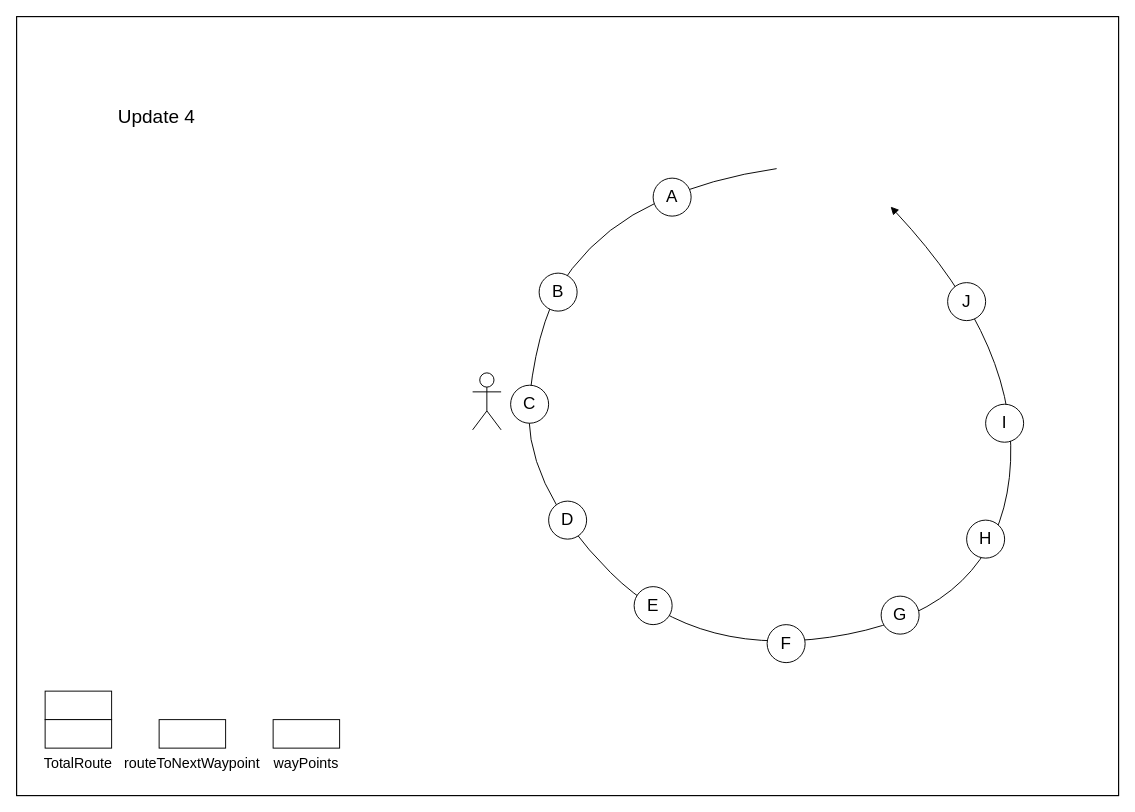
The draw.io diagram page "Page-1" (1 of 2) of FollowRoute.drawio in YannieCheung/ArchitectureDiagram, before the edit. Source tidied: cells renumbered, new cells numbered last; positions are measured from the earlier drawing's top-left corner, leaving out a move shared by most shapes. Both pictures are drawn from the tidied source at 95%, with x=0, y=0 at pixel (16, 16).
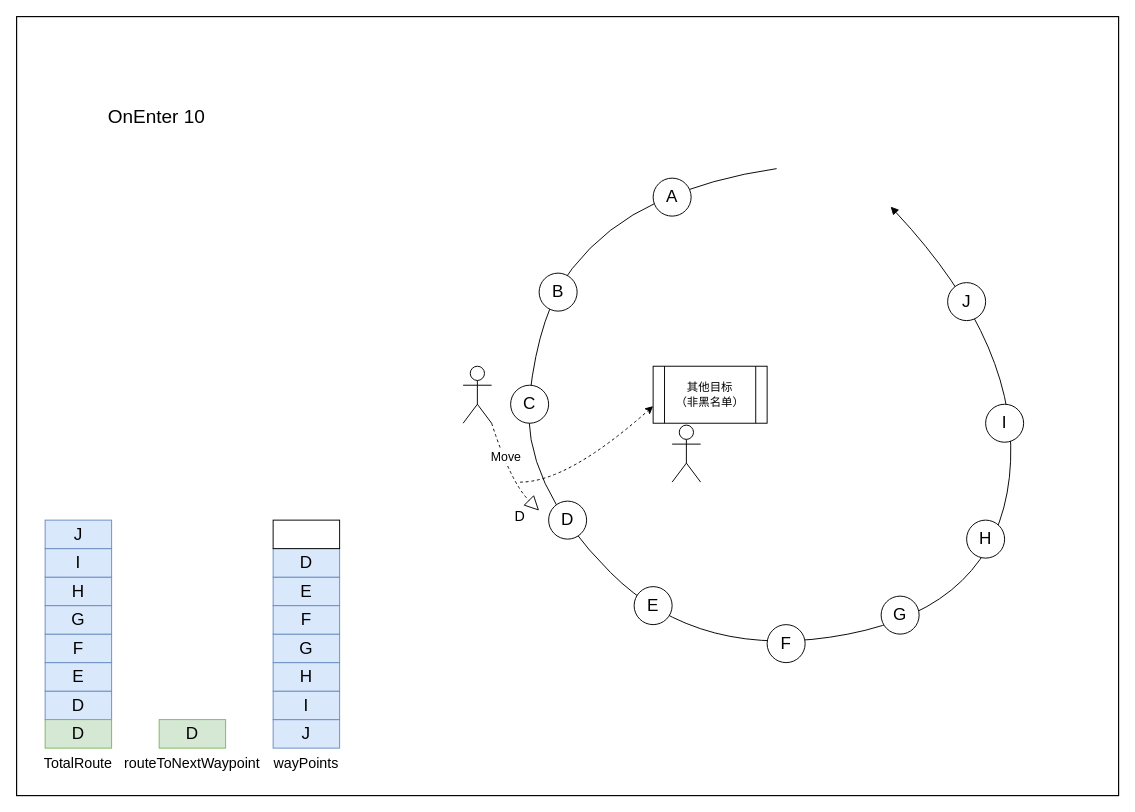
The same page after the edit.

The edit, as a diff of the source:
```diff
@@
-    <mxCell id="3" parent="0" />
+    <mxCell id="25" parent="0" />
-    <mxCell id="4" style="rounded=0;whiteSpace=wrap;html=1;fillColor=none;" parent="3" vertex="1">
+    <mxCell id="4" style="rounded=0;whiteSpace=wrap;html=1;fillColor=none;" parent="25" vertex="1">
       <mxGeometry width="1160" height="820" as="geometry" />
     </mxCell>
-    <mxCell id="5" style="curved=1;endArrow=none;html=1;rounded=0;startArrow=block;startFill=1;endFill=0;" parent="3" edge="1">
-      <mxGeometry relative="1" as="geometry">
-        <mxPoint x="920" y="200" as="sourcePoint" />
-        <mxPoint x="800" y="160" as="targetPoint" />
-        <Array as="points">
-          <mxPoint x="1060" y="350" />
-          <mxPoint x="1030" y="620" />
-          <mxPoint x="720" y="680" />
-          <mxPoint x="530" y="490" />
-          <mxPoint x="550" y="310" />
-          <mxPoint x="620" y="220" />
-          <mxPoint x="730" y="170" />
-        </Array>
-      </mxGeometry>
-    </mxCell>
+    <mxCell id="26" style="curved=1;endArrow=none;html=1;rounded=0;startArrow=block;startFill=1;endFill=0;" parent="25" edge="1">
+      <mxGeometry relative="1" as="geometry">
+        <mxPoint x="920" y="200" as="sourcePoint" />
+        <mxPoint x="800" y="160" as="targetPoint" />
+        <Array as="points">
+          <mxPoint x="1060" y="350" />
+          <mxPoint x="1030" y="620" />
+          <mxPoint x="720" y="680" />
+          <mxPoint x="530" y="490" />
+          <mxPoint x="550" y="310" />
+          <mxPoint x="620" y="220" />
+          <mxPoint x="730" y="170" />
+        </Array>
+      </mxGeometry>
+    </mxCell>
-    <mxCell id="6" value="A" style="ellipse;whiteSpace=wrap;html=1;fontSize=18;" parent="3" vertex="1">
+    <mxCell id="6" value="A" style="ellipse;whiteSpace=wrap;html=1;fontSize=18;" parent="25" vertex="1">
       <mxGeometry x="670" y="170" width="40" height="40" as="geometry" />
     </mxCell>
-    <mxCell id="7" value="B" style="ellipse;whiteSpace=wrap;html=1;fontSize=18;" parent="3" vertex="1">
+    <mxCell id="7" value="B" style="ellipse;whiteSpace=wrap;html=1;fontSize=18;" parent="25" vertex="1">
       <mxGeometry x="550" y="270" width="40" height="40" as="geometry" />
     </mxCell>
-    <mxCell id="8" value="C" style="ellipse;whiteSpace=wrap;html=1;fontSize=18;" parent="3" vertex="1">
+    <mxCell id="8" value="C" style="ellipse;whiteSpace=wrap;html=1;fontSize=18;" parent="25" vertex="1">
       <mxGeometry x="520" y="388" width="40" height="40" as="geometry" />
     </mxCell>
-    <mxCell id="9" value="D" style="ellipse;whiteSpace=wrap;html=1;fontSize=18;" parent="3" vertex="1">
+    <mxCell id="9" value="D" style="ellipse;whiteSpace=wrap;html=1;fontSize=18;" parent="25" vertex="1">
       <mxGeometry x="560" y="510" width="40" height="40" as="geometry" />
     </mxCell>
-    <mxCell id="10" value="E" style="ellipse;whiteSpace=wrap;html=1;fontSize=18;" parent="3" vertex="1">
+    <mxCell id="10" value="E" style="ellipse;whiteSpace=wrap;html=1;fontSize=18;" parent="25" vertex="1">
       <mxGeometry x="650" y="600" width="40" height="40" as="geometry" />
     </mxCell>
-    <mxCell id="11" value="F" style="ellipse;whiteSpace=wrap;html=1;fontSize=18;" parent="3" vertex="1">
+    <mxCell id="11" value="F" style="ellipse;whiteSpace=wrap;html=1;fontSize=18;" parent="25" vertex="1">
       <mxGeometry x="790" y="640" width="40" height="40" as="geometry" />
     </mxCell>
-    <mxCell id="12" value="G" style="ellipse;whiteSpace=wrap;html=1;fontSize=18;" parent="3" vertex="1">
+    <mxCell id="12" value="G" style="ellipse;whiteSpace=wrap;html=1;fontSize=18;" parent="25" vertex="1">
       <mxGeometry x="910" y="610" width="40" height="40" as="geometry" />
     </mxCell>
-    <mxCell id="13" value="H" style="ellipse;whiteSpace=wrap;html=1;fontSize=18;" parent="3" vertex="1">
+    <mxCell id="13" value="H" style="ellipse;whiteSpace=wrap;html=1;fontSize=18;" parent="25" vertex="1">
       <mxGeometry x="1000" y="530" width="40" height="40" as="geometry" />
     </mxCell>
-    <mxCell id="14" value="&lt;span style=&quot;font-size: 18px;&quot;&gt;I&lt;/span&gt;" style="ellipse;whiteSpace=wrap;html=1;fontSize=18;" parent="3" vertex="1">
+    <mxCell id="14" value="&lt;span style=&quot;font-size: 18px;&quot;&gt;I&lt;/span&gt;" style="ellipse;whiteSpace=wrap;html=1;fontSize=18;" parent="25" vertex="1">
       <mxGeometry x="1020" y="408" width="40" height="40" as="geometry" />
     </mxCell>
-    <mxCell id="15" value="J" style="ellipse;whiteSpace=wrap;html=1;fontSize=18;" parent="3" vertex="1">
+    <mxCell id="15" value="J" style="ellipse;whiteSpace=wrap;html=1;fontSize=18;" parent="25" vertex="1">
       <mxGeometry x="980" y="280" width="40" height="40" as="geometry" />
     </mxCell>
-    <mxCell id="16" style="shape=umlActor;verticalLabelPosition=bottom;verticalAlign=middle;html=1;horizontal=1;spacingTop=-5;fontSize=15;" parent="3" vertex="1">
-      <mxGeometry x="480" y="375" width="30" height="60" as="geometry" />
-    </mxCell>
-    <mxCell id="17" style="rounded=0;whiteSpace=wrap;html=1;fontSize=15;" parent="3" vertex="1">
-      <mxGeometry x="150" y="740" width="70" height="30" as="geometry" />
-    </mxCell>
-    <mxCell id="18" style="rounded=0;whiteSpace=wrap;html=1;fontSize=18;" parent="3" vertex="1">
-      <mxGeometry x="270" y="740" width="70" height="30" as="geometry" />
-    </mxCell>
+    <mxCell id="27" style="shape=umlActor;verticalLabelPosition=bottom;verticalAlign=middle;html=1;outlineConnect=0;horizontal=1;spacingTop=-5;fontSize=15;" parent="25" vertex="1">
+      <mxGeometry x="470" y="368" width="30" height="60" as="geometry" />
+    </mxCell>
+    <mxCell id="28" value="&lt;span style=&quot;font-size: 18px;&quot;&gt;D&lt;/span&gt;" style="rounded=0;whiteSpace=wrap;html=1;fontSize=15;fillColor=#d5e8d4;strokeColor=#82b366;" parent="25" vertex="1">
+      <mxGeometry x="150" y="740" width="70" height="30" as="geometry" />
+    </mxCell>
+    <mxCell id="29" value="J" style="rounded=0;whiteSpace=wrap;html=1;fontSize=18;fillColor=#dae8fc;strokeColor=#6c8ebf;" parent="25" vertex="1">
+      <mxGeometry x="270" y="740" width="70" height="30" as="geometry" />
+    </mxCell>
-    <mxCell id="19" value="wayPoints" style="text;html=1;align=center;verticalAlign=middle;whiteSpace=wrap;rounded=0;fontSize=15;" parent="3" vertex="1">
+    <mxCell id="19" value="wayPoints" style="text;html=1;align=center;verticalAlign=middle;whiteSpace=wrap;rounded=0;fontSize=15;" parent="25" vertex="1">
       <mxGeometry x="275" y="770" width="60" height="30" as="geometry" />
     </mxCell>
-    <mxCell id="20" value="routeToNextWaypoint" style="text;html=1;align=center;verticalAlign=middle;whiteSpace=wrap;rounded=0;fontSize=15;" parent="3" vertex="1">
+    <mxCell id="20" value="routeToNextWaypoint" style="text;html=1;align=center;verticalAlign=middle;whiteSpace=wrap;rounded=0;fontSize=15;" parent="25" vertex="1">
       <mxGeometry x="155" y="770" width="60" height="30" as="geometry" />
     </mxCell>
-    <mxCell id="21" value="TotalRoute" style="text;html=1;align=center;verticalAlign=middle;whiteSpace=wrap;rounded=0;fontSize=15;" parent="3" vertex="1">
+    <mxCell id="21" value="TotalRoute" style="text;html=1;align=center;verticalAlign=middle;whiteSpace=wrap;rounded=0;fontSize=15;" parent="25" vertex="1">
       <mxGeometry x="35" y="770" width="60" height="30" as="geometry" />
     </mxCell>
-    <mxCell id="22" value="Update 4" style="text;html=1;align=center;verticalAlign=middle;whiteSpace=wrap;rounded=0;fontSize=20;" parent="3" vertex="1">
-      <mxGeometry x="95" y="90" width="105" height="30" as="geometry" />
-    </mxCell>
-    <mxCell id="23" style="rounded=0;whiteSpace=wrap;html=1;fontSize=18;" parent="3" vertex="1">
-      <mxGeometry x="30" y="710" width="70" height="30" as="geometry" />
-    </mxCell>
-    <mxCell id="24" style="rounded=0;whiteSpace=wrap;html=1;fontSize=15;" parent="3" vertex="1">
-      <mxGeometry x="30" y="740" width="70" height="30" as="geometry" />
-    </mxCell>
+    <mxCell id="30" value="OnEnter 10" style="text;html=1;align=center;verticalAlign=middle;whiteSpace=wrap;rounded=0;fontSize=20;" parent="25" vertex="1">
+      <mxGeometry x="95" y="90" width="105" height="30" as="geometry" />
+    </mxCell>
+    <mxCell id="31" value="I" style="rounded=0;whiteSpace=wrap;html=1;fontSize=18;fillColor=#dae8fc;strokeColor=#6c8ebf;" parent="25" vertex="1">
+      <mxGeometry x="270" y="710" width="70" height="30" as="geometry" />
+    </mxCell>
+    <mxCell id="32" value="H" style="rounded=0;whiteSpace=wrap;html=1;fontSize=18;fillColor=#dae8fc;strokeColor=#6c8ebf;" parent="25" vertex="1">
+      <mxGeometry x="270" y="680" width="70" height="30" as="geometry" />
+    </mxCell>
+    <mxCell id="33" value="G" style="rounded=0;whiteSpace=wrap;html=1;fontSize=18;fillColor=#dae8fc;strokeColor=#6c8ebf;" parent="25" vertex="1">
+      <mxGeometry x="270" y="650" width="70" height="30" as="geometry" />
+    </mxCell>
+    <mxCell id="34" value="F" style="rounded=0;whiteSpace=wrap;html=1;fontSize=18;fillColor=#dae8fc;strokeColor=#6c8ebf;" parent="25" vertex="1">
+      <mxGeometry x="270" y="620" width="70" height="30" as="geometry" />
+    </mxCell>
+    <mxCell id="35" value="E" style="rounded=0;whiteSpace=wrap;html=1;fontSize=18;fillColor=#dae8fc;strokeColor=#6c8ebf;" parent="25" vertex="1">
+      <mxGeometry x="270" y="590" width="70" height="30" as="geometry" />
+    </mxCell>
+    <mxCell id="36" value="D" style="rounded=0;whiteSpace=wrap;html=1;fontSize=18;fillColor=#dae8fc;strokeColor=#6c8ebf;" parent="25" vertex="1">
+      <mxGeometry x="270" y="560" width="70" height="30" as="geometry" />
+    </mxCell>
+    <mxCell id="37" style="rounded=0;whiteSpace=wrap;html=1;fontSize=18;" parent="25" vertex="1">
+      <mxGeometry x="270" y="530" width="70" height="30" as="geometry" />
+    </mxCell>
+    <mxCell id="38" value="D" style="rounded=0;whiteSpace=wrap;html=1;fontSize=18;fillColor=#dae8fc;strokeColor=#6c8ebf;" parent="25" vertex="1">
+      <mxGeometry x="30" y="710" width="70" height="30" as="geometry" />
+    </mxCell>
+    <mxCell id="39" value="E" style="rounded=0;whiteSpace=wrap;html=1;fontSize=18;fillColor=#dae8fc;strokeColor=#6c8ebf;" parent="25" vertex="1">
+      <mxGeometry x="30" y="680" width="70" height="30" as="geometry" />
+    </mxCell>
+    <mxCell id="40" value="F" style="rounded=0;whiteSpace=wrap;html=1;fontSize=18;fillColor=#dae8fc;strokeColor=#6c8ebf;" parent="25" vertex="1">
+      <mxGeometry x="30" y="650" width="70" height="30" as="geometry" />
+    </mxCell>
+    <mxCell id="41" value="G" style="rounded=0;whiteSpace=wrap;html=1;fontSize=18;fillColor=#dae8fc;strokeColor=#6c8ebf;" parent="25" vertex="1">
+      <mxGeometry x="30" y="620" width="70" height="30" as="geometry" />
+    </mxCell>
+    <mxCell id="42" value="H" style="rounded=0;whiteSpace=wrap;html=1;fontSize=18;fillColor=#dae8fc;strokeColor=#6c8ebf;" parent="25" vertex="1">
+      <mxGeometry x="30" y="590" width="70" height="30" as="geometry" />
+    </mxCell>
+    <mxCell id="43" value="I" style="rounded=0;whiteSpace=wrap;html=1;fontSize=18;fillColor=#dae8fc;strokeColor=#6c8ebf;" parent="25" vertex="1">
+      <mxGeometry x="30" y="560" width="70" height="30" as="geometry" />
+    </mxCell>
+    <mxCell id="44" value="J" style="rounded=0;whiteSpace=wrap;html=1;fontSize=18;fillColor=#dae8fc;strokeColor=#6c8ebf;" parent="25" vertex="1">
+      <mxGeometry x="30" y="530" width="70" height="30" as="geometry" />
+    </mxCell>
+    <mxCell id="45" value="&lt;span style=&quot;font-size: 18px;&quot;&gt;D&lt;/span&gt;" style="rounded=0;whiteSpace=wrap;html=1;fontSize=15;fillColor=#d5e8d4;strokeColor=#82b366;" parent="25" vertex="1">
+      <mxGeometry x="30" y="740" width="70" height="30" as="geometry" />
+    </mxCell>
+    <mxCell id="46" style="curved=1;endArrow=block;html=1;rounded=0;exitX=1;exitY=1;exitDx=0;exitDy=0;exitPerimeter=0;dashed=1;endFill=0;endSize=13;" parent="25" edge="1" source="27">
+      <mxGeometry relative="1" as="geometry">
+        <mxPoint x="550" y="520" as="targetPoint" />
+        <Array as="points">
+          <mxPoint x="520" y="490" />
+        </Array>
+      </mxGeometry>
+    </mxCell>
+    <mxCell id="47" value="Move" style="edgeLabel;html=1;align=center;verticalAlign=middle;fontSize=13;" parent="46" vertex="1">
+      <mxGeometry x="-0.31" y="3" relative="1" as="geometry" />
+    </mxCell>
+    <mxCell id="48" value="D" style="text;html=1;align=center;verticalAlign=middle;whiteSpace=wrap;rounded=0;fontSize=15;" parent="25" vertex="1">
+      <mxGeometry x="500" y="510" width="60" height="30" as="geometry" />
+    </mxCell>
+    <mxCell id="49" value="其他目标&lt;div&gt;（非黑名单）&lt;/div&gt;" style="shape=process;whiteSpace=wrap;html=1;backgroundOutline=1;" parent="25" vertex="1">
+      <mxGeometry x="670" y="368" width="120" height="60" as="geometry" />
+    </mxCell>
+    <mxCell id="50" style="curved=1;endArrow=classic;html=1;rounded=0;dashed=1;" parent="25" edge="1">
+      <mxGeometry relative="1" as="geometry">
+        <mxPoint x="530" y="490" as="sourcePoint" />
+        <mxPoint x="670" y="410" as="targetPoint" />
+        <Array as="points">
+          <mxPoint x="580" y="490" />
+        </Array>
+      </mxGeometry>
+    </mxCell>
+    <mxCell id="51" style="shape=umlActor;verticalLabelPosition=bottom;verticalAlign=middle;html=1;horizontal=1;spacingTop=-5;fontSize=15;" parent="25" vertex="1">
+      <mxGeometry x="690" y="430" width="30" height="60" as="geometry" />
+    </mxCell>
```
